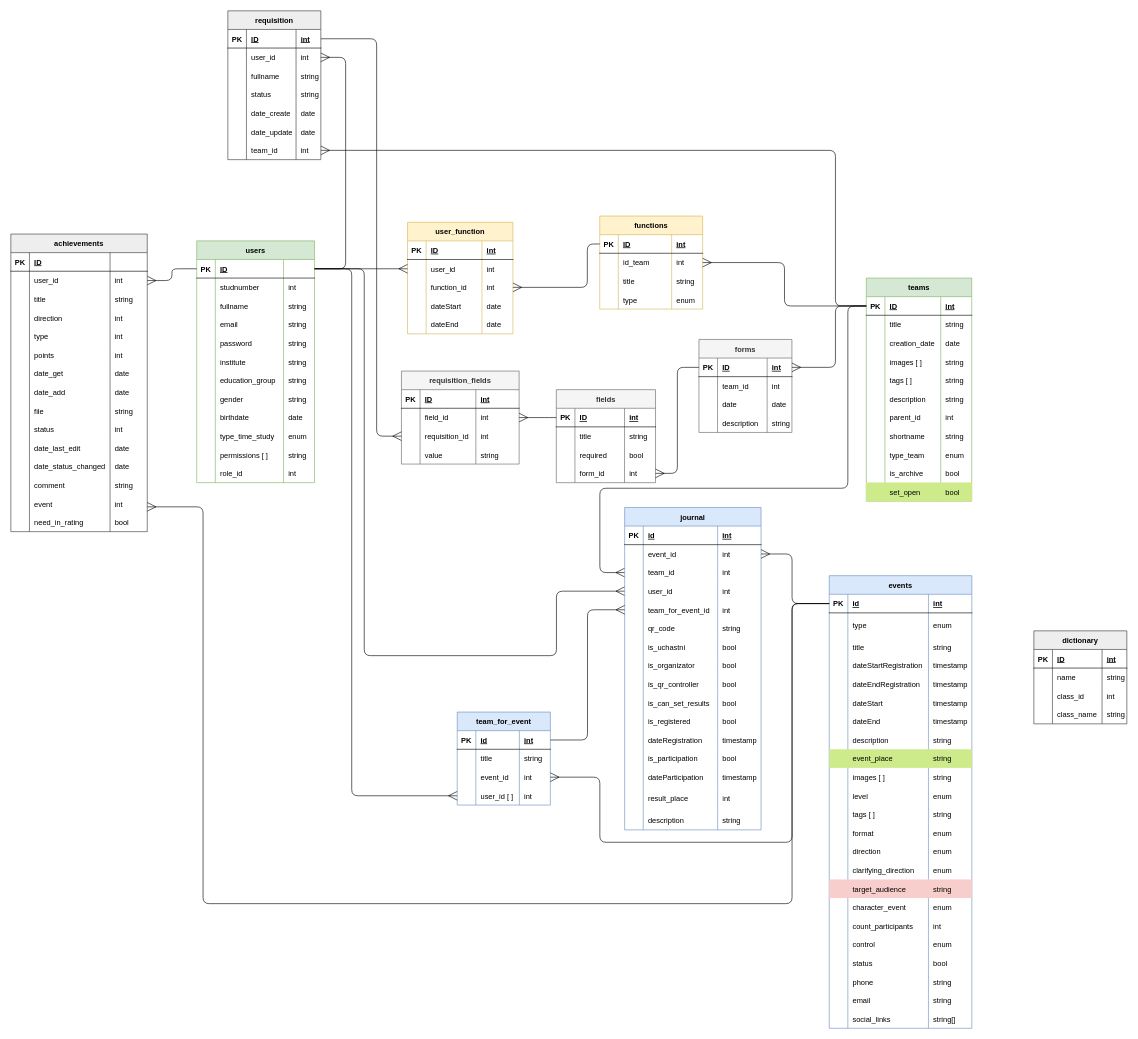
This is page "Физическая" (2 of 3) of Схема БД.drawio from KomogortsevaYulia/Raiting-Teams-Events, a draw.io file, before an edit. Source tidied: cells renumbered, new cells numbered last; positions are measured from the earlier drawing's top-left corner, leaving out a move shared by most shapes. Both pictures are drawn from the tidied source at 62%, with x=0, y=0 at pixel (11, 11).
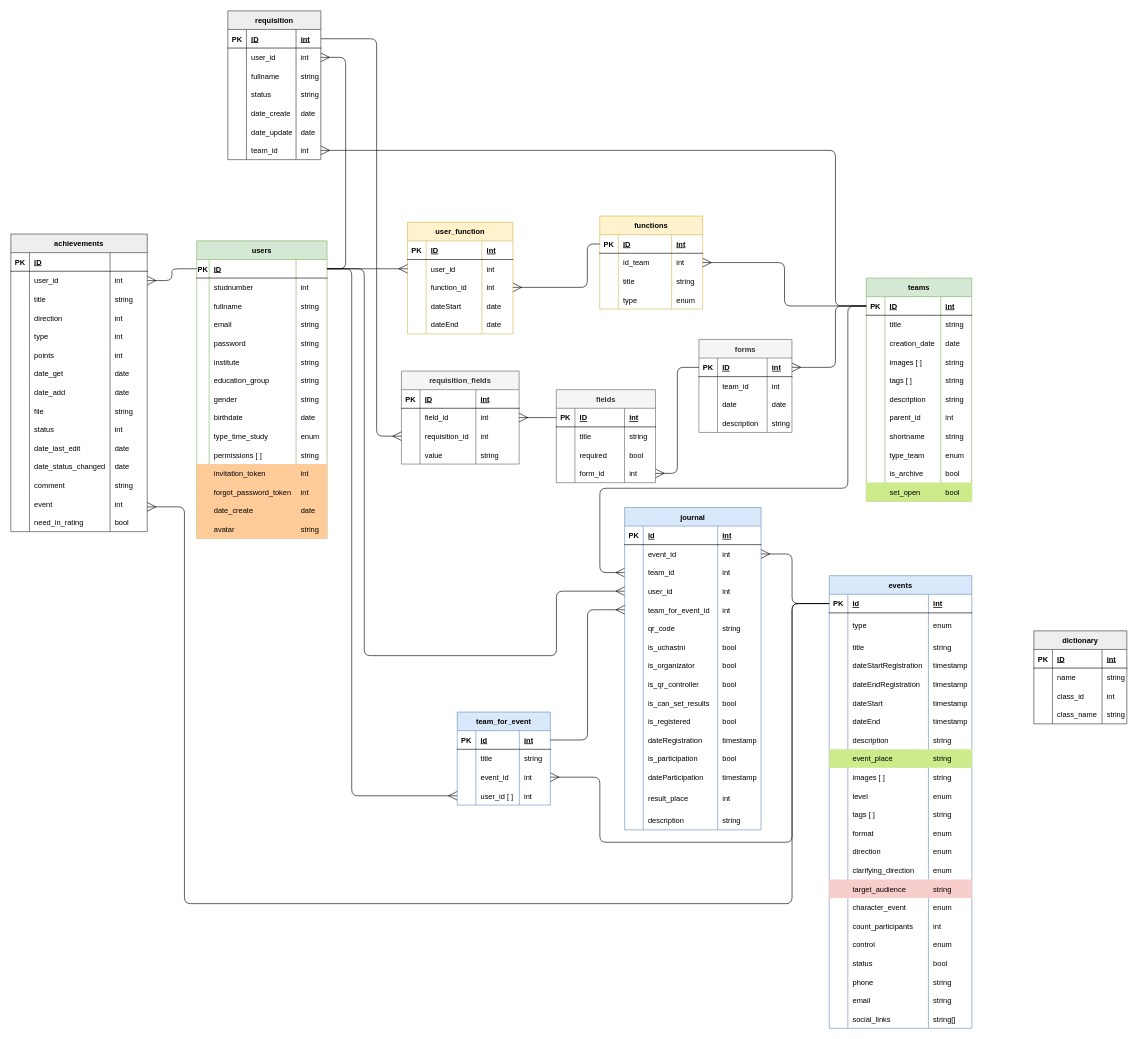
The same diagram, later.

The change refers to these unchanged cells:
```xml
<mxCell id="195" style="shape=tableRow;horizontal=0;startSize=0;swimlaneHead=0;swimlaneBody=0;fillColor=none;points=[[0,0.5],[1,0.5]];portConstraint=eastwest;top=0;left=0;right=0;bottom=1;" parent="194" vertex="1">
  <mxGeometry y="30" width="230" height="30" as="geometry" />
</mxCell>
<mxCell id="426" style="shape=tableRow;horizontal=0;startSize=0;swimlaneHead=0;swimlaneBody=0;fillColor=none;points=[[0,0.5],[1,0.5]];portConstraint=eastwest;top=0;left=0;right=0;bottom=0;" parent="373" vertex="1">
  <mxGeometry y="420" width="220" height="30" as="geometry" />
</mxCell>
```

Change to the diagram source:
```diff
@@
     <mxCell id="2" value="users" style="shape=table;startSize=30;childLayout=tableLayout;rowLines=0;fontStyle=1;align=center;fillColor=#d5e8d4;strokeColor=#82b366;" parent="1" vertex="1">
-      <mxGeometry x="299.8" y="371" width="190" height="390" as="geometry" />
+      <mxGeometry x="299.8" y="371" width="210.2" height="480" as="geometry" />
     </mxCell>
     <mxCell id="3" style="shape=tableRow;horizontal=0;startSize=0;swimlaneHead=0;swimlaneBody=0;fillColor=none;points=[[0,0.5],[1,0.5]];portConstraint=eastwest;top=0;left=0;right=0;bottom=1;" parent="2" vertex="1">
-      <mxGeometry y="30" width="190" height="30" as="geometry" />
+      <mxGeometry y="30" width="210.2" height="30" as="geometry" />
     </mxCell>
     <mxCell id="4" value="PK" style="shape=partialRectangle;fillColor=none;top=0;left=0;bottom=0;right=0;fontStyle=1;overflow=hidden;" parent="3" vertex="1">
-      <mxGeometry width="30" height="30" as="geometry" />
+      <mxGeometry width="20" height="30" as="geometry" />
     </mxCell>
     <mxCell id="5" value="ID" style="shape=partialRectangle;fillColor=none;top=0;left=0;bottom=0;right=0;align=left;spacingLeft=6;fontStyle=5;overflow=hidden;" parent="3" vertex="1">
-      <mxGeometry x="30" width="110" height="30" as="geometry" />
+      <mxGeometry x="20" width="140.2" height="30" as="geometry" />
     </mxCell>
     <mxCell id="6" style="shape=partialRectangle;fillColor=none;top=0;left=0;bottom=0;right=0;align=left;spacingLeft=6;fontStyle=5;overflow=hidden;" parent="3" vertex="1">
-      <mxGeometry x="140" width="50" height="30" as="geometry" />
+      <mxGeometry x="160.2" width="50" height="30" as="geometry" />
     </mxCell>
     <mxCell id="7" style="shape=tableRow;horizontal=0;startSize=0;swimlaneHead=0;swimlaneBody=0;fillColor=none;top=0;left=0;right=0;bottom=0;" parent="2" vertex="1">
-      <mxGeometry y="60" width="190" height="30" as="geometry" />
+      <mxGeometry y="60" width="210.2" height="30" as="geometry" />
     </mxCell>
     <mxCell id="8" style="shape=partialRectangle;fillColor=none;top=0;left=0;bottom=0;right=0;overflow=hidden;" parent="7" vertex="1">
-      <mxGeometry width="30" height="30" as="geometry" />
+      <mxGeometry width="20" height="30" as="geometry" />
     </mxCell>
     <mxCell id="9" value="studnumber" style="shape=partialRectangle;fillColor=none;top=0;left=0;bottom=0;right=0;align=left;spacingLeft=6;overflow=hidden;" parent="7" vertex="1">
-      <mxGeometry x="30" width="110" height="30" as="geometry" />
+      <mxGeometry x="20" width="140.2" height="30" as="geometry" />
     </mxCell>
     <mxCell id="10" value="int" style="shape=partialRectangle;fillColor=none;top=0;left=0;bottom=0;right=0;align=left;spacingLeft=6;overflow=hidden;" parent="7" vertex="1">
-      <mxGeometry x="140" width="50" height="30" as="geometry" />
+      <mxGeometry x="160.2" width="50" height="30" as="geometry" />
     </mxCell>
     <mxCell id="11" style="shape=tableRow;horizontal=0;startSize=0;swimlaneHead=0;swimlaneBody=0;fillColor=none;top=0;left=0;right=0;bottom=0;" parent="2" vertex="1">
-      <mxGeometry y="90" width="190" height="30" as="geometry" />
+      <mxGeometry y="90" width="210.2" height="30" as="geometry" />
     </mxCell>
     <mxCell id="12" style="shape=partialRectangle;fillColor=none;top=0;left=0;bottom=0;right=0;overflow=hidden;" parent="11" vertex="1">
-      <mxGeometry width="30" height="30" as="geometry" />
+      <mxGeometry width="20" height="30" as="geometry" />
     </mxCell>
     <mxCell id="13" value="fullname" style="shape=partialRectangle;fillColor=none;top=0;left=0;bottom=0;right=0;align=left;spacingLeft=6;overflow=hidden;" parent="11" vertex="1">
-      <mxGeometry x="30" width="110" height="30" as="geometry" />
+      <mxGeometry x="20" width="140.2" height="30" as="geometry" />
     </mxCell>
     <mxCell id="14" value="string" style="shape=partialRectangle;fillColor=none;top=0;left=0;bottom=0;right=0;align=left;spacingLeft=6;overflow=hidden;" parent="11" vertex="1">
-      <mxGeometry x="140" width="50" height="30" as="geometry" />
+      <mxGeometry x="160.2" width="50" height="30" as="geometry" />
     </mxCell>
     <mxCell id="15" style="shape=tableRow;horizontal=0;startSize=0;swimlaneHead=0;swimlaneBody=0;fillColor=none;top=0;left=0;right=0;bottom=0;" parent="2" vertex="1">
-      <mxGeometry y="120" width="190" height="30" as="geometry" />
+      <mxGeometry y="120" width="210.2" height="30" as="geometry" />
     </mxCell>
     <mxCell id="16" style="shape=partialRectangle;fillColor=none;top=0;left=0;bottom=0;right=0;overflow=hidden;" parent="15" vertex="1">
-      <mxGeometry width="30" height="30" as="geometry" />
+      <mxGeometry width="20" height="30" as="geometry" />
     </mxCell>
     <mxCell id="17" value="email" style="shape=partialRectangle;fillColor=none;top=0;left=0;bottom=0;right=0;align=left;spacingLeft=6;overflow=hidden;" parent="15" vertex="1">
-      <mxGeometry x="30" width="110" height="30" as="geometry" />
+      <mxGeometry x="20" width="140.2" height="30" as="geometry" />
     </mxCell>
     <mxCell id="18" value="string" style="shape=partialRectangle;fillColor=none;top=0;left=0;bottom=0;right=0;align=left;spacingLeft=6;overflow=hidden;" parent="15" vertex="1">
-      <mxGeometry x="140" width="50" height="30" as="geometry" />
+      <mxGeometry x="160.2" width="50" height="30" as="geometry" />
     </mxCell>
     <mxCell id="19" style="shape=tableRow;horizontal=0;startSize=0;swimlaneHead=0;swimlaneBody=0;fillColor=none;top=0;left=0;right=0;bottom=0;" parent="2" vertex="1">
-      <mxGeometry y="150" width="190" height="30" as="geometry" />
+      <mxGeometry y="150" width="210.2" height="30" as="geometry" />
     </mxCell>
     <mxCell id="20" style="shape=partialRectangle;fillColor=none;top=0;left=0;bottom=0;right=0;overflow=hidden;" parent="19" vertex="1">
-      <mxGeometry width="30" height="30" as="geometry" />
+      <mxGeometry width="20" height="30" as="geometry" />
     </mxCell>
     <mxCell id="21" value="password" style="shape=partialRectangle;fillColor=none;top=0;left=0;bottom=0;right=0;align=left;spacingLeft=6;overflow=hidden;" parent="19" vertex="1">
-      <mxGeometry x="30" width="110" height="30" as="geometry" />
+      <mxGeometry x="20" width="140.2" height="30" as="geometry" />
     </mxCell>
     <mxCell id="22" value="string" style="shape=partialRectangle;fillColor=none;top=0;left=0;bottom=0;right=0;align=left;spacingLeft=6;overflow=hidden;" parent="19" vertex="1">
-      <mxGeometry x="140" width="50" height="30" as="geometry" />
+      <mxGeometry x="160.2" width="50" height="30" as="geometry" />
     </mxCell>
     <mxCell id="23" style="shape=tableRow;horizontal=0;startSize=0;swimlaneHead=0;swimlaneBody=0;fillColor=none;top=0;left=0;right=0;bottom=0;" parent="2" vertex="1">
-      <mxGeometry y="180" width="190" height="30" as="geometry" />
+      <mxGeometry y="180" width="210.2" height="30" as="geometry" />
     </mxCell>
     <mxCell id="24" style="shape=partialRectangle;fillColor=none;top=0;left=0;bottom=0;right=0;overflow=hidden;" parent="23" vertex="1">
-      <mxGeometry width="30" height="30" as="geometry" />
+      <mxGeometry width="20" height="30" as="geometry" />
     </mxCell>
     <mxCell id="25" value="institute" style="shape=partialRectangle;fillColor=none;top=0;left=0;bottom=0;right=0;align=left;spacingLeft=6;overflow=hidden;" parent="23" vertex="1">
-      <mxGeometry x="30" width="110" height="30" as="geometry" />
+      <mxGeometry x="20" width="140.2" height="30" as="geometry" />
     </mxCell>
     <mxCell id="26" value="string" style="shape=partialRectangle;fillColor=none;top=0;left=0;bottom=0;right=0;align=left;spacingLeft=6;overflow=hidden;" parent="23" vertex="1">
-      <mxGeometry x="140" width="50" height="30" as="geometry" />
+      <mxGeometry x="160.2" width="50" height="30" as="geometry" />
     </mxCell>
     <mxCell id="27" style="shape=tableRow;horizontal=0;startSize=0;swimlaneHead=0;swimlaneBody=0;fillColor=none;top=0;left=0;right=0;bottom=0;" parent="2" vertex="1">
-      <mxGeometry y="210" width="190" height="30" as="geometry" />
+      <mxGeometry y="210" width="210.2" height="30" as="geometry" />
     </mxCell>
     <mxCell id="28" style="shape=partialRectangle;fillColor=none;top=0;left=0;bottom=0;right=0;overflow=hidden;" parent="27" vertex="1">
-      <mxGeometry width="30" height="30" as="geometry" />
+      <mxGeometry width="20" height="30" as="geometry" />
     </mxCell>
     <mxCell id="29" value="education_group" style="shape=partialRectangle;fillColor=none;top=0;left=0;bottom=0;right=0;align=left;spacingLeft=6;overflow=hidden;" parent="27" vertex="1">
-      <mxGeometry x="30" width="110" height="30" as="geometry" />
+      <mxGeometry x="20" width="140.2" height="30" as="geometry" />
     </mxCell>
     <mxCell id="30" value="string" style="shape=partialRectangle;fillColor=none;top=0;left=0;bottom=0;right=0;align=left;spacingLeft=6;overflow=hidden;" parent="27" vertex="1">
-      <mxGeometry x="140" width="50" height="30" as="geometry" />
+      <mxGeometry x="160.2" width="50" height="30" as="geometry" />
     </mxCell>
     <mxCell id="31" style="shape=tableRow;horizontal=0;startSize=0;swimlaneHead=0;swimlaneBody=0;fillColor=none;top=0;left=0;right=0;bottom=0;" parent="2" vertex="1">
-      <mxGeometry y="240" width="190" height="30" as="geometry" />
+      <mxGeometry y="240" width="210.2" height="30" as="geometry" />
     </mxCell>
     <mxCell id="32" style="shape=partialRectangle;fillColor=none;top=0;left=0;bottom=0;right=0;overflow=hidden;" parent="31" vertex="1">
-      <mxGeometry width="30" height="30" as="geometry" />
+      <mxGeometry width="20" height="30" as="geometry" />
     </mxCell>
     <mxCell id="33" value="gender" style="shape=partialRectangle;fillColor=none;top=0;left=0;bottom=0;right=0;align=left;spacingLeft=6;overflow=hidden;" parent="31" vertex="1">
-      <mxGeometry x="30" width="110" height="30" as="geometry" />
+      <mxGeometry x="20" width="140.2" height="30" as="geometry" />
     </mxCell>
     <mxCell id="34" value="string" style="shape=partialRectangle;fillColor=none;top=0;left=0;bottom=0;right=0;align=left;spacingLeft=6;overflow=hidden;" parent="31" vertex="1">
-      <mxGeometry x="140" width="50" height="30" as="geometry" />
+      <mxGeometry x="160.2" width="50" height="30" as="geometry" />
     </mxCell>
     <mxCell id="35" style="shape=tableRow;horizontal=0;startSize=0;swimlaneHead=0;swimlaneBody=0;fillColor=none;top=0;left=0;right=0;bottom=0;" parent="2" vertex="1">
-      <mxGeometry y="270" width="190" height="30" as="geometry" />
+      <mxGeometry y="270" width="210.2" height="30" as="geometry" />
     </mxCell>
     <mxCell id="36" style="shape=partialRectangle;fillColor=none;top=0;left=0;bottom=0;right=0;overflow=hidden;" parent="35" vertex="1">
-      <mxGeometry width="30" height="30" as="geometry" />
+      <mxGeometry width="20" height="30" as="geometry" />
     </mxCell>
     <mxCell id="37" value="birthdate" style="shape=partialRectangle;fillColor=none;top=0;left=0;bottom=0;right=0;align=left;spacingLeft=6;overflow=hidden;" parent="35" vertex="1">
-      <mxGeometry x="30" width="110" height="30" as="geometry" />
+      <mxGeometry x="20" width="140.2" height="30" as="geometry" />
     </mxCell>
     <mxCell id="38" value="date" style="shape=partialRectangle;fillColor=none;top=0;left=0;bottom=0;right=0;align=left;spacingLeft=6;overflow=hidden;" parent="35" vertex="1">
-      <mxGeometry x="140" width="50" height="30" as="geometry" />
+      <mxGeometry x="160.2" width="50" height="30" as="geometry" />
     </mxCell>
     <mxCell id="39" style="shape=tableRow;horizontal=0;startSize=0;swimlaneHead=0;swimlaneBody=0;fillColor=none;top=0;left=0;right=0;bottom=0;" parent="2" vertex="1">
-      <mxGeometry y="300" width="190" height="30" as="geometry" />
+      <mxGeometry y="300" width="210.2" height="30" as="geometry" />
     </mxCell>
     <mxCell id="40" style="shape=partialRectangle;fillColor=none;top=0;left=0;bottom=0;right=0;overflow=hidden;" parent="39" vertex="1">
-      <mxGeometry width="30" height="30" as="geometry" />
+      <mxGeometry width="20" height="30" as="geometry" />
     </mxCell>
     <mxCell id="41" value="type_time_study" style="shape=partialRectangle;fillColor=none;top=0;left=0;bottom=0;right=0;align=left;spacingLeft=6;overflow=hidden;" parent="39" vertex="1">
-      <mxGeometry x="30" width="110" height="30" as="geometry" />
+      <mxGeometry x="20" width="140.2" height="30" as="geometry" />
     </mxCell>
     <mxCell id="42" value="enum" style="shape=partialRectangle;fillColor=none;top=0;left=0;bottom=0;right=0;align=left;spacingLeft=6;overflow=hidden;" parent="39" vertex="1">
-      <mxGeometry x="140" width="50" height="30" as="geometry" />
+      <mxGeometry x="160.2" width="50" height="30" as="geometry" />
     </mxCell>
     <mxCell id="43" style="shape=tableRow;horizontal=0;startSize=0;swimlaneHead=0;swimlaneBody=0;fillColor=none;top=0;left=0;right=0;bottom=0;" parent="2" vertex="1">
-      <mxGeometry y="330" width="190" height="30" as="geometry" />
+      <mxGeometry y="330" width="210.2" height="30" as="geometry" />
     </mxCell>
     <mxCell id="44" style="shape=partialRectangle;fillColor=none;top=0;left=0;bottom=0;right=0;overflow=hidden;" parent="43" vertex="1">
-      <mxGeometry width="30" height="30" as="geometry" />
+      <mxGeometry width="20" height="30" as="geometry" />
     </mxCell>
     <mxCell id="45" value="permissions [ ]" style="shape=partialRectangle;fillColor=none;top=0;left=0;bottom=0;right=0;align=left;spacingLeft=6;overflow=hidden;" parent="43" vertex="1">
-      <mxGeometry x="30" width="110" height="30" as="geometry" />
+      <mxGeometry x="20" width="140.2" height="30" as="geometry" />
     </mxCell>
     <mxCell id="46" value="string" style="shape=partialRectangle;fillColor=none;top=0;left=0;bottom=0;right=0;align=left;spacingLeft=6;overflow=hidden;" parent="43" vertex="1">
-      <mxGeometry x="140" width="50" height="30" as="geometry" />
+      <mxGeometry x="160.2" width="50" height="30" as="geometry" />
     </mxCell>
-    <mxCell id="47" style="shape=tableRow;horizontal=0;startSize=0;swimlaneHead=0;swimlaneBody=0;fillColor=none;top=0;left=0;right=0;bottom=0;" parent="2" vertex="1">
-      <mxGeometry y="360" width="190" height="30" as="geometry" />
+    <mxCell id="47" style="shape=tableRow;horizontal=0;startSize=0;swimlaneHead=0;swimlaneBody=0;fillColor=#ffcc99;top=0;left=0;right=0;bottom=0;strokeColor=#36393d;" parent="2" vertex="1">
+      <mxGeometry y="360" width="210.2" height="30" as="geometry" />
     </mxCell>
-    <mxCell id="48" style="shape=partialRectangle;fillColor=none;top=0;left=0;bottom=0;right=0;overflow=hidden;" parent="47" vertex="1">
-      <mxGeometry width="30" height="30" as="geometry" />
+    <mxCell id="48" style="shape=partialRectangle;fillColor=#ffcc99;top=0;left=0;bottom=0;right=0;overflow=hidden;strokeColor=#36393d;" parent="47" vertex="1">
+      <mxGeometry width="20" height="30" as="geometry" />
     </mxCell>
-    <mxCell id="49" value="role_id" style="shape=partialRectangle;fillColor=none;top=0;left=0;bottom=0;right=0;align=left;spacingLeft=6;overflow=hidden;" parent="47" vertex="1">
-      <mxGeometry x="30" width="110" height="30" as="geometry" />
+    <mxCell id="49" value="invitation_token" style="shape=partialRectangle;fillColor=#ffcc99;top=0;left=0;bottom=0;right=0;align=left;spacingLeft=6;overflow=hidden;strokeColor=#36393d;" parent="47" vertex="1">
+      <mxGeometry x="20" width="140.2" height="30" as="geometry" />
     </mxCell>
-    <mxCell id="50" value="int" style="shape=partialRectangle;fillColor=none;top=0;left=0;bottom=0;right=0;align=left;spacingLeft=6;overflow=hidden;" parent="47" vertex="1">
-      <mxGeometry x="140" width="50" height="30" as="geometry" />
+    <mxCell id="50" value="int" style="shape=partialRectangle;fillColor=#ffcc99;top=0;left=0;bottom=0;right=0;align=left;spacingLeft=6;overflow=hidden;strokeColor=#36393d;" parent="47" vertex="1">
+      <mxGeometry x="160.2" width="50" height="30" as="geometry" />
     </mxCell>
+    <mxCell id="484" style="shape=tableRow;horizontal=0;startSize=0;swimlaneHead=0;swimlaneBody=0;fillColor=#ffcc99;top=0;left=0;right=0;bottom=0;strokeColor=#36393d;" parent="2" vertex="1">
+      <mxGeometry y="390" width="210.2" height="30" as="geometry" />
+    </mxCell>
+    <mxCell id="485" style="shape=partialRectangle;fillColor=#ffcc99;top=0;left=0;bottom=0;right=0;overflow=hidden;strokeColor=#36393d;" parent="484" vertex="1">
+      <mxGeometry width="20" height="30" as="geometry" />
+    </mxCell>
+    <mxCell id="486" value="forgot_password_token" style="shape=partialRectangle;fillColor=#ffcc99;top=0;left=0;bottom=0;right=0;align=left;spacingLeft=6;overflow=hidden;strokeColor=#36393d;" parent="484" vertex="1">
+      <mxGeometry x="20" width="140.2" height="30" as="geometry" />
+    </mxCell>
+    <mxCell id="487" value="int" style="shape=partialRectangle;fillColor=#ffcc99;top=0;left=0;bottom=0;right=0;align=left;spacingLeft=6;overflow=hidden;strokeColor=#36393d;" parent="484" vertex="1">
+      <mxGeometry x="160.2" width="50" height="30" as="geometry" />
+    </mxCell>
+    <mxCell id="488" style="shape=tableRow;horizontal=0;startSize=0;swimlaneHead=0;swimlaneBody=0;fillColor=#ffcc99;top=0;left=0;right=0;bottom=0;strokeColor=#36393d;" parent="2" vertex="1">
+      <mxGeometry y="420" width="210.2" height="30" as="geometry" />
+    </mxCell>
+    <mxCell id="489" style="shape=partialRectangle;fillColor=#ffcc99;top=0;left=0;bottom=0;right=0;overflow=hidden;strokeColor=#36393d;" parent="488" vertex="1">
+      <mxGeometry width="20" height="30" as="geometry" />
+    </mxCell>
+    <mxCell id="490" value="date_create" style="shape=partialRectangle;fillColor=#ffcc99;top=0;left=0;bottom=0;right=0;align=left;spacingLeft=6;overflow=hidden;strokeColor=#36393d;" parent="488" vertex="1">
+      <mxGeometry x="20" width="140.2" height="30" as="geometry" />
+    </mxCell>
+    <mxCell id="491" value="date" style="shape=partialRectangle;fillColor=#ffcc99;top=0;left=0;bottom=0;right=0;align=left;spacingLeft=6;overflow=hidden;strokeColor=#36393d;" parent="488" vertex="1">
+      <mxGeometry x="160.2" width="50" height="30" as="geometry" />
+    </mxCell>
+    <mxCell id="492" style="shape=tableRow;horizontal=0;startSize=0;swimlaneHead=0;swimlaneBody=0;fillColor=#ffcc99;top=0;left=0;right=0;bottom=0;strokeColor=#36393d;" parent="2" vertex="1">
+      <mxGeometry y="450" width="210.2" height="30" as="geometry" />
+    </mxCell>
+    <mxCell id="493" style="shape=partialRectangle;fillColor=#ffcc99;top=0;left=0;bottom=0;right=0;overflow=hidden;strokeColor=#36393d;" parent="492" vertex="1">
+      <mxGeometry width="20" height="30" as="geometry" />
+    </mxCell>
+    <mxCell id="494" value="avatar" style="shape=partialRectangle;fillColor=#ffcc99;top=0;left=0;bottom=0;right=0;align=left;spacingLeft=6;overflow=hidden;strokeColor=#36393d;" parent="492" vertex="1">
+      <mxGeometry x="20" width="140.2" height="30" as="geometry" />
+    </mxCell>
+    <mxCell id="495" value="string" style="shape=partialRectangle;fillColor=#ffcc99;top=0;left=0;bottom=0;right=0;align=left;spacingLeft=6;overflow=hidden;strokeColor=#36393d;" parent="492" vertex="1">
+      <mxGeometry x="160.2" width="50" height="30" as="geometry" />
+    </mxCell>
@@
     <mxCell id="451" style="edgeStyle=orthogonalEdgeStyle;html=1;strokeWidth=1;startArrow=none;startFill=0;endArrow=ERmany;endFill=0;startSize=12;endSize=12;jumpStyle=arc;exitX=0;exitY=0.5;exitDx=0;exitDy=0;" parent="1" edge="1" source="195" target="426">
       <mxGeometry relative="1" as="geometry">
         <Array as="points">
           <mxPoint x="1260" y="956" />
           <mxPoint x="1260" y="1440" />
-          <mxPoint x="310" y="1440" />
-          <mxPoint x="310" y="800" />
+          <mxPoint x="280" y="1440" />
+          <mxPoint x="280" y="800" />
         </Array>
       </mxGeometry>
     </mxCell>
```
